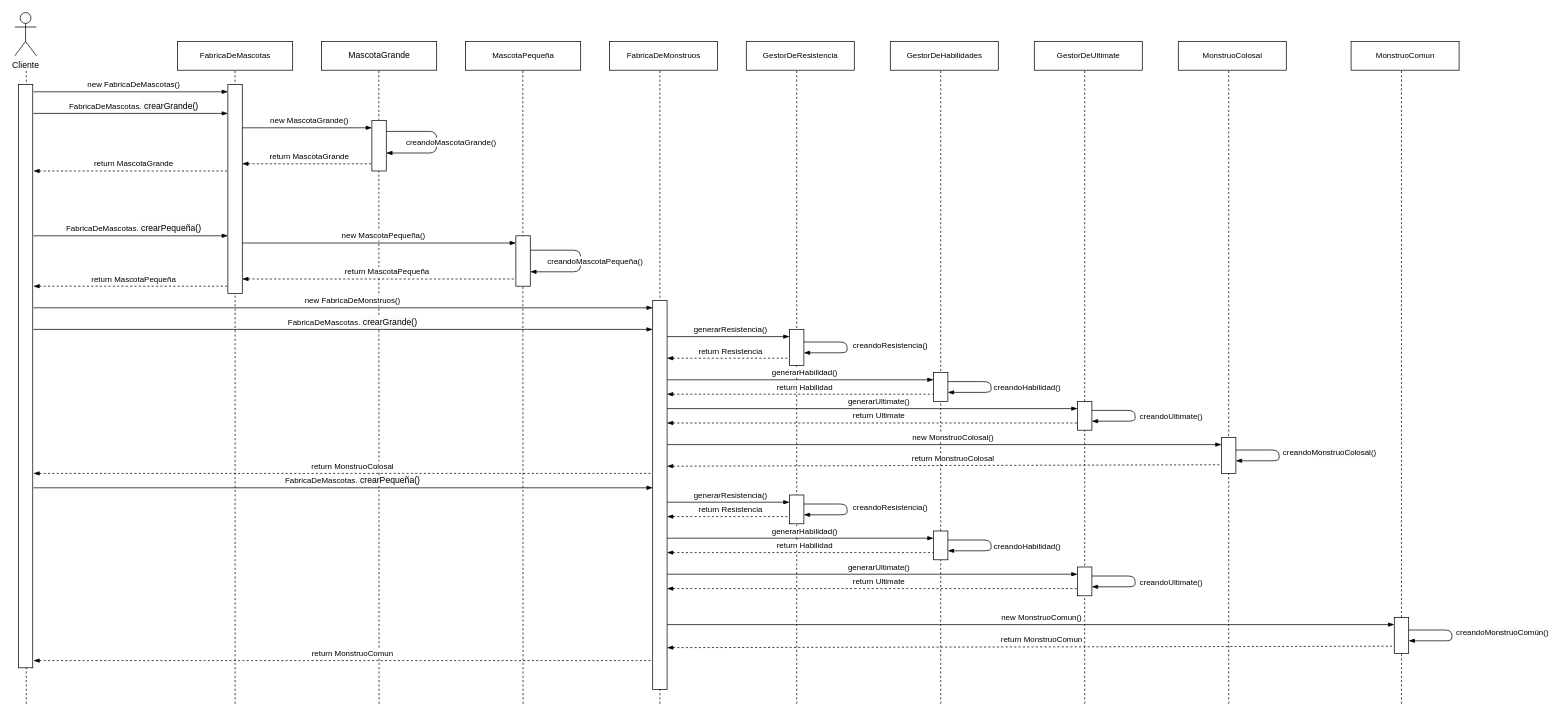
TanZng/patrones-combinados keeps this draw.io diagram as 2-Patron/diagramas/2DiagramaSecuencia.drawio. Above is the earlier version. Source tidied: cells renumbered, new cells numbered last; positions are measured from the earlier drawing's top-left corner, leaving out a move shared by most shapes. Both pictures are drawn from the tidied source at 72%, with x=0, y=0 at pixel (14, 12).
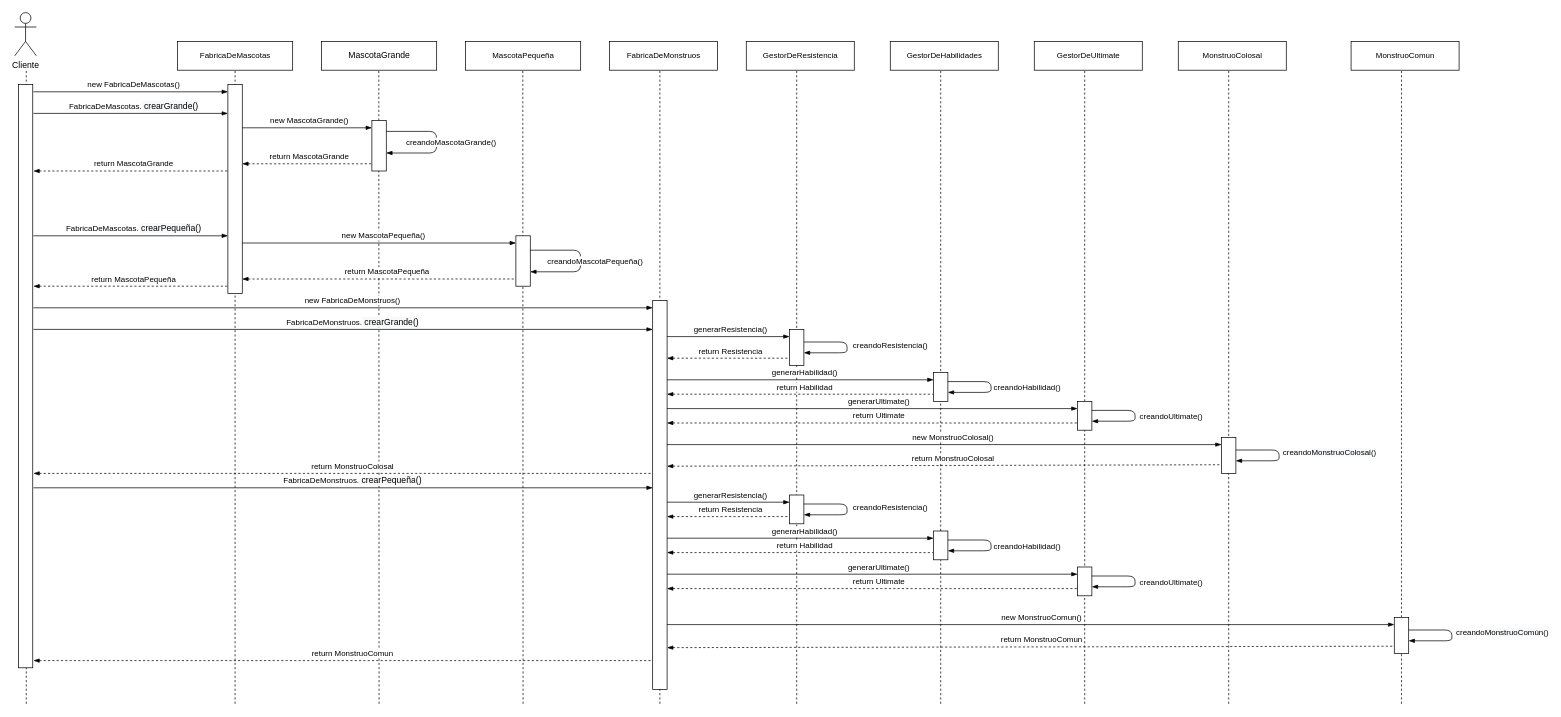
The same diagram, later.

The edit, as a diff of the source:
```diff
@@
-    <mxCell id="28" value="&lt;div style=&quot;text-align: left&quot;&gt;FabricaDeMascotas.&lt;span style=&quot;font-size: 12px ; background-color: rgb(248 , 249 , 250)&quot;&gt;&amp;nbsp;crearGrande&lt;/span&gt;&lt;span style=&quot;font-size: 12px ; text-align: left ; background-color: rgb(248 , 249 , 250)&quot;&gt;()&lt;/span&gt;&lt;/div&gt;" style="endArrow=blockThin;html=1;endFill=1;" parent="1" edge="1">
+    <mxCell id="28" value="&lt;div style=&quot;text-align: left&quot;&gt;FabricaDeMonstruos.&lt;span style=&quot;font-size: 12px ; background-color: rgb(248 , 249 , 250)&quot;&gt;&amp;nbsp;crearGrande&lt;/span&gt;&lt;span style=&quot;font-size: 12px ; text-align: left ; background-color: rgb(248 , 249 , 250)&quot;&gt;()&lt;/span&gt;&lt;/div&gt;" style="endArrow=blockThin;html=1;endFill=1;" parent="1" edge="1">
       <mxGeometry x="0.03" y="10" relative="1" as="geometry">
         <mxPoint x="26" y="440" as="sourcePoint" />
         <mxPoint x="886" y="440" as="targetPoint" />
       </mxGeometry>
     </mxCell>
@@
-    <mxCell id="73" value="&lt;div style=&quot;text-align: left&quot;&gt;FabricaDeMascotas.&lt;span style=&quot;font-size: 12px ; background-color: rgb(248 , 249 , 250)&quot;&gt;&amp;nbsp;crearPequeña&lt;/span&gt;&lt;span style=&quot;font-size: 12px ; text-align: left ; background-color: rgb(248 , 249 , 250)&quot;&gt;()&lt;/span&gt;&lt;/div&gt;" style="endArrow=blockThin;html=1;endFill=1;" parent="1" edge="1">
+    <mxCell id="73" value="&lt;div style=&quot;text-align: left&quot;&gt;FabricaDeMonstruos.&lt;span style=&quot;font-size: 12px ; background-color: rgb(248 , 249 , 250)&quot;&gt;&amp;nbsp;crearPequeña&lt;/span&gt;&lt;span style=&quot;font-size: 12px ; text-align: left ; background-color: rgb(248 , 249 , 250)&quot;&gt;()&lt;/span&gt;&lt;/div&gt;" style="endArrow=blockThin;html=1;endFill=1;" parent="1" edge="1">
       <mxGeometry x="0.03" y="10" relative="1" as="geometry">
         <mxPoint x="26" y="660" as="sourcePoint" />
         <mxPoint x="886" y="660" as="targetPoint" />
       </mxGeometry>
     </mxCell>
```
